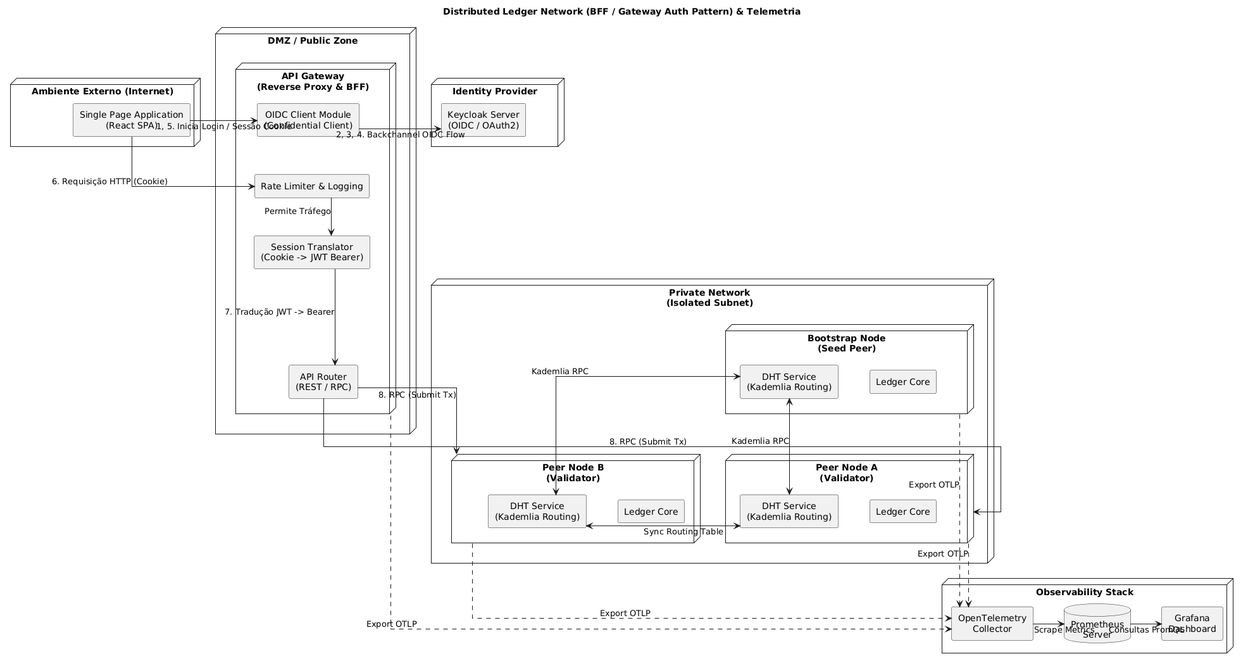
The PlantUML diagram docs/diagram/systemDesign/system-design.png in Hugofr21/blockchain-mechanisms, before a commit.
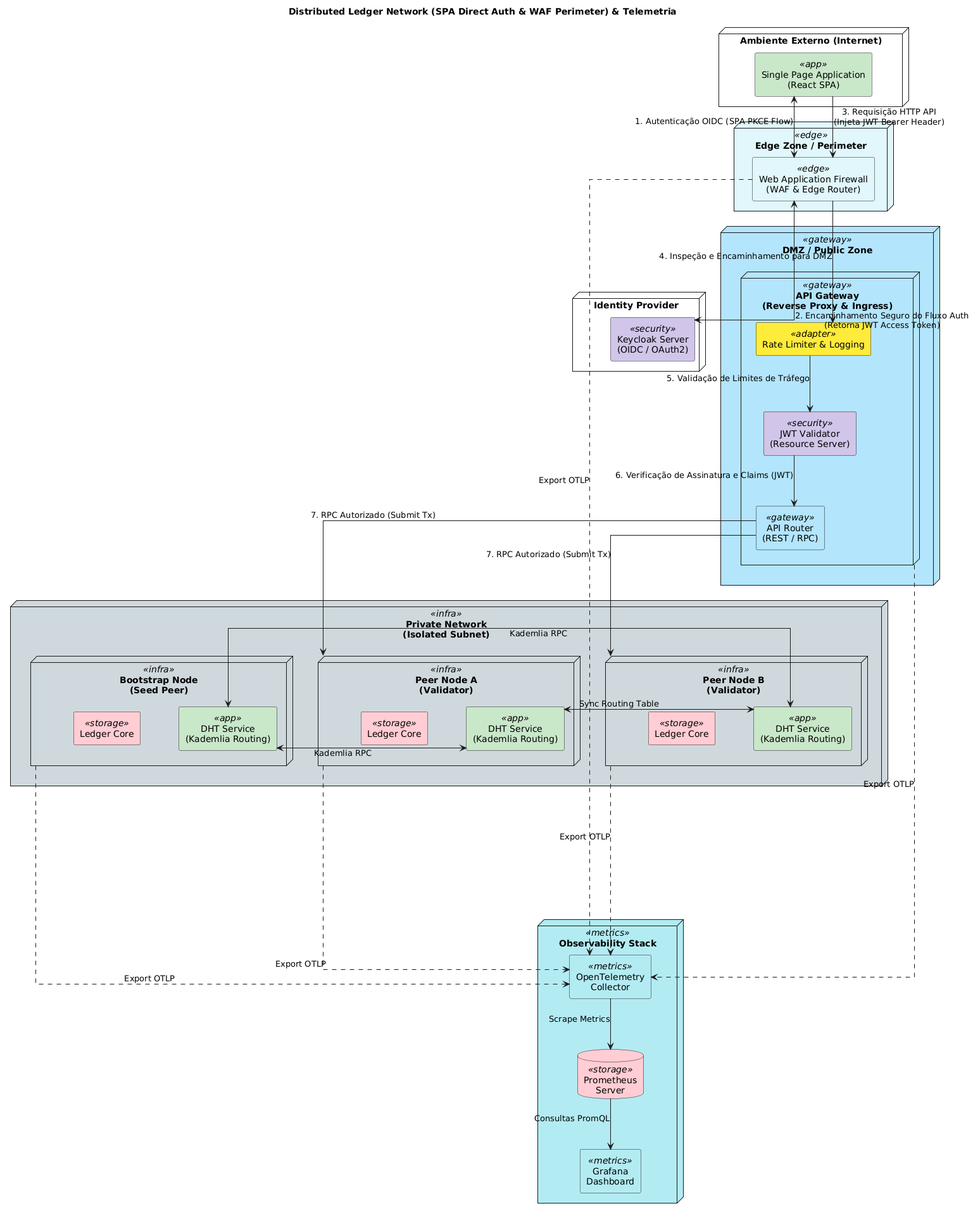
The same file after the commit.

Commit message:
Distributed Ledger Network (SPA Direct Auth Pattern) & Telemetria

What changed in the source:
```diff
@@ -1,82 +1,109 @@
 @startuml
-title Distributed Ledger Network (BFF / Gateway Auth Pattern) & Telemetria
+title Distributed Ledger Network (SPA Direct Auth & WAF Perimeter) & Telemetria
 
 skinparam shadowing false
 skinparam componentStyle rectangle
 skinparam defaultTextAlignment center
 skinparam linetype ortho
-skinparam nodesep 50
-skinparam ranksep 60
+skinparam nodesep 60
+skinparam ranksep 80
 skinparam pad 20
 
+skinparam node {
+  BackgroundColor<<edge>> #E0F7FA
+  BackgroundColor<<public>> #FFFFFF
+  BackgroundColor<<gateway>> #B3E5FC
+  BackgroundColor<<security>> #D1C4E9
+  BackgroundColor<<adapter>> #FFEB3B
+  BackgroundColor<<app>> #C8E6C9
+  BackgroundColor<<infra>> #CFD8DC
+  BackgroundColor<<storage>> #FFCDD2
+  BackgroundColor<<metrics>> #B2EBF2
+  FontColor Black
+}
+
+skinparam component {
+  BackgroundColor<<edge>> #E0F7FA
+  BackgroundColor<<public>> #FFFFFF
+  BackgroundColor<<gateway>> #B3E5FC
+  BackgroundColor<<security>> #D1C4E9
+  BackgroundColor<<adapter>> #FFEB3B
+  BackgroundColor<<app>> #C8E6C9
+  BackgroundColor<<infra>> #CFD8DC
+  BackgroundColor<<storage>> #FFCDD2
+  BackgroundColor<<metrics>> #B2EBF2
+  FontColor Black
+}
+
+skinparam database {
+  BackgroundColor<<storage>> #FFCDD2
+  FontColor Black
+}
 
 node "Ambiente Externo (Internet)" as public {
-  component "Single Page Application\n(React SPA)" as react
+  component "Single Page Application\n(React SPA)" <<app>> as react
+}
+
+node "Edge Zone / Perimeter" <<edge>> as perim {
+  component "Web Application Firewall\n(WAF & Edge Router)" <<edge>> as waf
 }
 
 node "Identity Provider" as idp {
-  component "Keycloak Server\n(OIDC / OAuth2)" as keycloak
+  component "Keycloak Server\n(OIDC / OAuth2)" <<security>> as keycloak
 }
 
-node "DMZ / Public Zone" as dmz {
-  node "API Gateway\n(Reverse Proxy & BFF)" as apigw {
-    component "OIDC Client Module\n(Confidential Client)" as oidc
-    component "Rate Limiter & Logging" as ratelimit
-    component "Session Translator\n(Cookie -> JWT Bearer)" as auth
-    component "API Router\n(REST / RPC)" as api
-
-    oidc -[hidden]down-> ratelimit
-    ratelimit -[hidden]down-> auth
-    auth -[hidden]down-> api
+node "DMZ / Public Zone" <<gateway>> as dmz {
+  node "API Gateway\n(Reverse Proxy & Ingress)" <<gateway>> as apigw {
+    component "Rate Limiter & Logging" <<adapter>> as ratelimit
+    component "JWT Validator\n(Resource Server)" <<security>> as auth
+    component "API Router\n(REST / RPC)" <<gateway>> as api
   }
 }
 
-node "Private Network\n(Isolated Subnet)" as privNet {
-  node "Bootstrap Node\n(Seed Peer)" as bootstrap {
-    component "DHT Service\n(Kademlia Routing)" as bootDHT
-    component "Ledger Core" as bootLedger
+node "Private Network\n(Isolated Subnet)" <<infra>> as privNet {
+  node "Bootstrap Node\n(Seed Peer)" <<infra>> as bootstrap {
+    component "DHT Service\n(Kademlia Routing)" <<app>> as bootDHT
+    component "Ledger Core" <<storage>> as bootLedger
   }
 
-  node "Peer Node A\n(Validator)" as peerA {
-    component "DHT Service\n(Kademlia Routing)" as dhtA
-    component "Ledger Core" as ledgerA
+  node "Peer Node A\n(Validator)" <<infra>> as peerA {
+    component "DHT Service\n(Kademlia Routing)" <<app>> as dhtA
+    component "Ledger Core" <<storage>> as ledgerA
   }
 
-  node "Peer Node B\n(Validator)" as peerB {
-    component "DHT Service\n(Kademlia Routing)" as dhtB
-    component "Ledger Core" as ledgerB
+  node "Peer Node B\n(Validator)" <<infra>> as peerB {
+    component "DHT Service\n(Kademlia Routing)" <<app>> as dhtB
+    component "Ledger Core" <<storage>> as ledgerB
   }
-
-  bootstrap -[hidden]right-> peerA
-  peerA -[hidden]right-> peerB
 }
 
-node "Observability Stack" as obs {
-  component "OpenTelemetry\nCollector" as otel
-  database "Prometheus\nServer" as prometheus
-  component "Grafana\nDashboard" as grafana
+node "Observability Stack" <<metrics>> as obs {
+  component "OpenTelemetry\nCollector" <<metrics>> as otel
+  database "Prometheus\nServer" <<storage>> as prometheus
+  component "Grafana\nDashboard" <<metrics>> as grafana
 }
 
+react <--> waf : 1. Autenticação OIDC (SPA PKCE Flow)
+waf <--> keycloak : 2. Encaminhamento Seguro do Fluxo Auth\n(Retorna JWT Access Token)
 
-react -right-> oidc : 1, 5. Inicia Login / Sessão Cookie
-oidc -right-> keycloak : 2, 3, 4. Backchannel OIDC Flow
+react --> waf : 3. Requisição HTTP API\n(Injeta JWT Bearer Header)
+waf --> ratelimit : 4. Inspeção e Encaminhamento para DMZ
+ratelimit --> auth : 5. Validação de Limites de Tráfego
+auth --> api : 6. Verificação de Assinatura e Claims (JWT)
 
-react -down-> ratelimit : 6. Requisição HTTP (Cookie)
-ratelimit -down-> auth : Permite Tráfego
-auth -down-> api : 7. Tradução JWT -> Bearer
+api --> peerA : 7. RPC Autorizado (Submit Tx)
+api --> peerB : 7. RPC Autorizado (Submit Tx)
 
-api -down-> peerA : 8. RPC (Submit Tx)
-api -down-> peerB : 8. RPC (Submit Tx)
-
-bootDHT <-down-> dhtA : Kademlia RPC
-bootDHT <-down-> dhtB : Kademlia RPC
+bootDHT <-right-> dhtA : Kademlia RPC
+bootDHT <-right-> dhtB : Kademlia RPC
 dhtA <-right-> dhtB : Sync Routing Table
 
-apigw .down.> otel : Export OTLP
-bootstrap .down.> otel : Export OTLP
-peerA .down.> otel : Export OTLP
-peerB .down.> otel : Export OTLP
+waf .....> otel : Export OTLP
+apigw .....> otel : Export OTLP
+bootstrap .....> otel : Export OTLP
+peerA .....> otel : Export OTLP
+peerB .....> otel : Export OTLP
 
-otel -right-> prometheus : Scrape Metrics
-prometheus -right-> grafana : Consultas PromQL
+otel --> prometheus : Scrape Metrics
+prometheus --> grafana : Consultas PromQL
 @enduml
```
